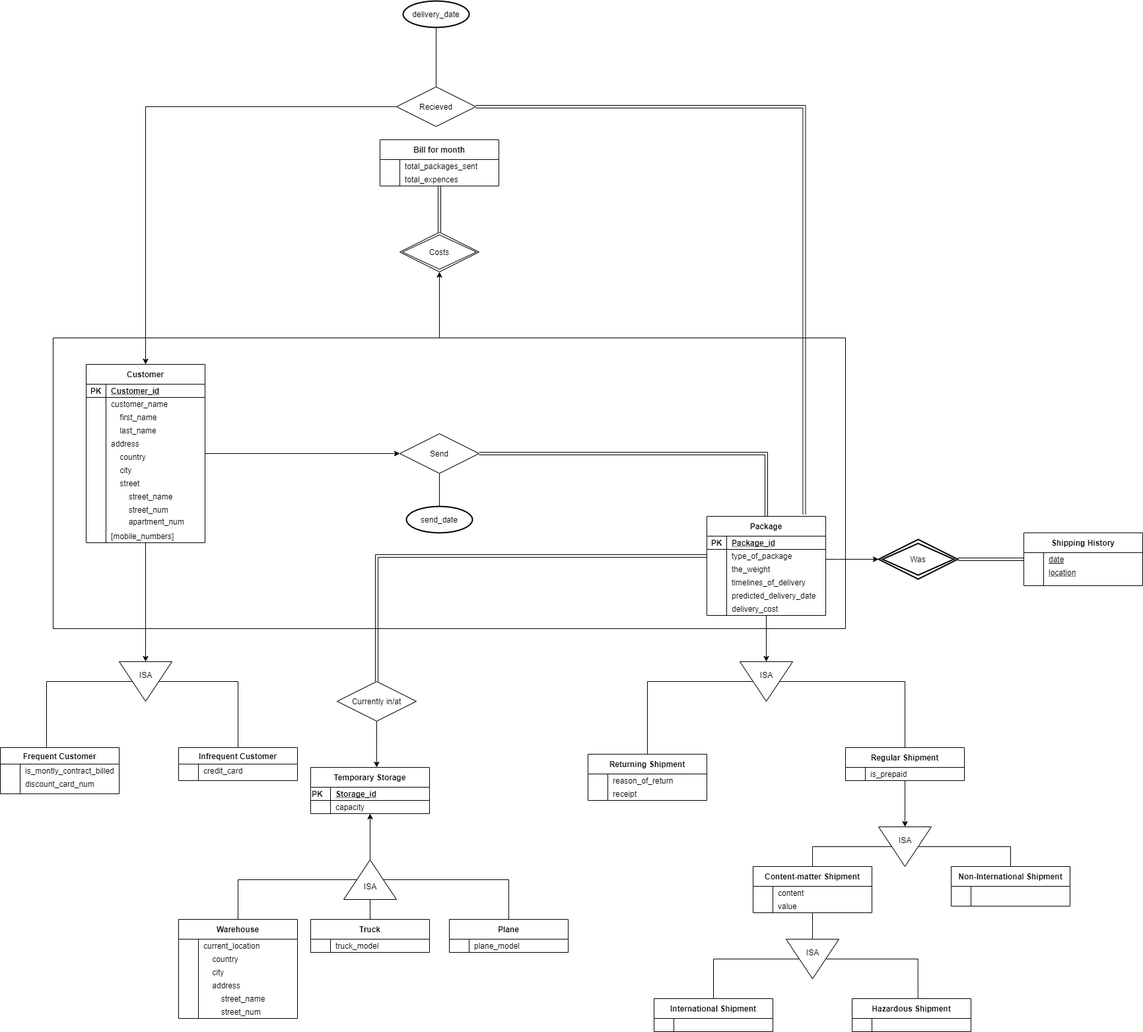
Earlier version of the draw.io export project/Project_ERD.png (Bauyrzhan07/Databases). Source tidied: cells renumbered, new cells last; positions are measured from the earlier drawing's top-left corner, leaving out a move shared by most shapes.
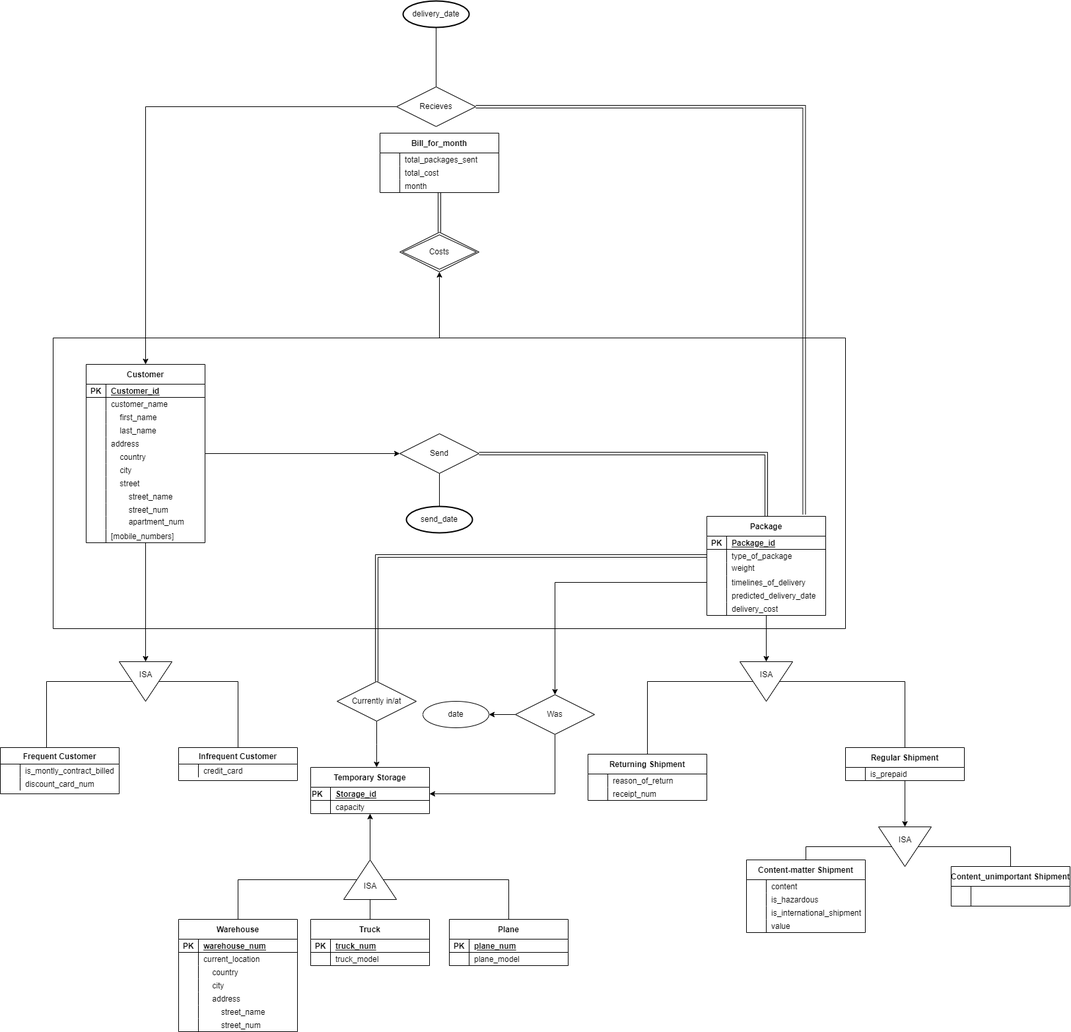
The same file after the commit.

What changed in the source:
```diff
@@ -7,7 +7,7 @@
     </mxCell>
-    <mxCell id="3" style="edgeStyle=orthogonalEdgeStyle;rounded=0;jettySize=auto;html=1;entryX=0;entryY=0.5;entryDx=0;entryDy=0;fontColor=default;" parent="1" edge="1" source="4" target="168">
+    <mxCell id="3" style="edgeStyle=orthogonalEdgeStyle;rounded=0;jettySize=auto;html=1;entryX=0.5;entryY=0;entryDx=0;entryDy=0;fontColor=default;" parent="1" edge="1" source="4">
       <mxGeometry relative="1" as="geometry">
+        <mxPoint x="840" y="1050" as="targetPoint" />
         <Array as="points">
-          <mxPoint x="1270" y="845" />
-          <mxPoint x="1270" y="845" />
+          <mxPoint x="840" y="880" />
         </Array>
@@ -42,3 +42,3 @@
     </mxCell>
-    <mxCell id="13" value="the_weight" style="shape=partialRectangle;fillColor=none;top=0;left=0;bottom=0;right=0;align=left;spacingLeft=6;overflow=hidden;" parent="11" vertex="1">
+    <mxCell id="13" value="weight&#10;" style="shape=partialRectangle;fillColor=none;top=0;left=0;bottom=0;right=0;align=left;spacingLeft=6;overflow=hidden;" parent="11" vertex="1">
       <mxGeometry x="30" width="150" height="20" as="geometry" />
@@ -233,6 +233,15 @@
     <mxCell id="71" value="Warehouse" style="shape=table;startSize=30;rowLines=0;fontStyle=1;align=center;" parent="1" vertex="1">
-      <mxGeometry x="270" y="1390" width="180" height="150" as="geometry" />
+      <mxGeometry x="270" y="1390" width="180" height="170" as="geometry" />
     </mxCell>
+    <mxCell id="197" style="shape=partialRectangle;fillColor=none;top=0;left=0;bottom=1;right=0;" parent="71" vertex="1">
+      <mxGeometry y="30" width="180" height="20" as="geometry" />
+    </mxCell>
+    <mxCell id="198" value="PK" style="shape=partialRectangle;fillColor=none;top=0;left=0;bottom=0;right=0;fontStyle=1;overflow=hidden;" parent="197" vertex="1">
+      <mxGeometry width="30" height="20" as="geometry" />
+    </mxCell>
+    <mxCell id="199" value="warehouse_num" style="shape=partialRectangle;fillColor=none;top=0;left=0;bottom=0;right=0;align=left;spacingLeft=6;fontStyle=5;overflow=hidden;" parent="197" vertex="1">
+      <mxGeometry x="30" width="150" height="20" as="geometry" />
+    </mxCell>
     <mxCell id="72" style="shape=partialRectangle;fillColor=none;top=0;left=0;bottom=0;right=0;align=left;" parent="71" vertex="1">
-      <mxGeometry y="30" width="180" height="20" as="geometry" />
+      <mxGeometry y="50" width="180" height="20" as="geometry" />
     </mxCell>
@@ -245,3 +254,3 @@
     <mxCell id="75" style="shape=partialRectangle;fillColor=none;top=0;left=0;bottom=0;right=0;align=left;" parent="71" vertex="1">
-      <mxGeometry y="50" width="180" height="20" as="geometry" />
+      <mxGeometry y="70" width="180" height="20" as="geometry" />
     </mxCell>
@@ -254,3 +263,3 @@
     <mxCell id="78" style="shape=partialRectangle;fillColor=none;top=0;left=0;bottom=0;right=0;align=left;" parent="71" vertex="1">
-      <mxGeometry y="70" width="180" height="20" as="geometry" />
+      <mxGeometry y="90" width="180" height="20" as="geometry" />
     </mxCell>
@@ -263,3 +272,3 @@
     <mxCell id="81" style="shape=partialRectangle;fillColor=none;top=0;left=0;bottom=0;right=0;align=left;" parent="71" vertex="1">
-      <mxGeometry y="90" width="180" height="20" as="geometry" />
+      <mxGeometry y="110" width="180" height="20" as="geometry" />
     </mxCell>
@@ -272,3 +281,3 @@
     <mxCell id="84" style="shape=partialRectangle;fillColor=none;top=0;left=0;bottom=0;right=0;align=left;" parent="71" vertex="1">
-      <mxGeometry y="110" width="180" height="20" as="geometry" />
+      <mxGeometry y="130" width="180" height="20" as="geometry" />
     </mxCell>
@@ -281,3 +290,3 @@
     <mxCell id="87" style="shape=partialRectangle;fillColor=none;top=0;left=0;bottom=0;right=0;align=left;" parent="71" vertex="1">
-      <mxGeometry y="130" width="180" height="20" as="geometry" />
+      <mxGeometry y="150" width="180" height="20" as="geometry" />
     </mxCell>
@@ -289,7 +298,4 @@
     </mxCell>
-    <mxCell id="90" style="edgeStyle=orthogonalEdgeStyle;rounded=0;jettySize=auto;html=1;entryX=0;entryY=0.5;entryDx=0;entryDy=0;endArrow=none;endFill=0;" parent="1" edge="1" source="91" target="181">
-      <mxGeometry relative="1" as="geometry" />
-    </mxCell>
     <mxCell id="91" value="Content-matter Shipment" style="shape=table;startSize=30;rowLines=0;fontStyle=1;align=center;" parent="1" vertex="1">
-      <mxGeometry x="1140" y="1310" width="180" height="70" as="geometry" />
+      <mxGeometry x="1130" y="1300" width="180" height="110" as="geometry" />
     </mxCell>
@@ -304,4 +310,22 @@
     </mxCell>
+    <mxCell id="200" style="shape=partialRectangle;fillColor=none;top=0;left=0;bottom=0;right=0;" parent="91" vertex="1">
+      <mxGeometry y="50" width="180" height="20" as="geometry" />
+    </mxCell>
+    <mxCell id="201" style="shape=partialRectangle;fillColor=none;top=0;left=0;bottom=0;right=0;overflow=hidden;" parent="200" vertex="1">
+      <mxGeometry width="30" height="20" as="geometry" />
+    </mxCell>
+    <mxCell id="202" value="is_hazardous" style="shape=partialRectangle;fillColor=none;top=0;left=0;bottom=0;right=0;align=left;spacingLeft=6;overflow=hidden;" parent="200" vertex="1">
+      <mxGeometry x="30" width="150" height="20" as="geometry" />
+    </mxCell>
+    <mxCell id="203" style="shape=partialRectangle;fillColor=none;top=0;left=0;bottom=0;right=0;" parent="91" vertex="1">
+      <mxGeometry y="70" width="180" height="20" as="geometry" />
+    </mxCell>
+    <mxCell id="204" style="shape=partialRectangle;fillColor=none;top=0;left=0;bottom=0;right=0;overflow=hidden;" parent="203" vertex="1">
+      <mxGeometry width="30" height="20" as="geometry" />
+    </mxCell>
+    <mxCell id="205" value="is_international_shipment" style="shape=partialRectangle;fillColor=none;top=0;left=0;bottom=0;right=0;align=left;spacingLeft=6;overflow=hidden;" parent="203" vertex="1">
+      <mxGeometry x="30" width="150" height="20" as="geometry" />
+    </mxCell>
     <mxCell id="95" style="shape=partialRectangle;fillColor=none;top=0;left=0;bottom=0;right=0;align=left;" parent="91" vertex="1">
-      <mxGeometry y="50" width="180" height="20" as="geometry" />
+      <mxGeometry y="90" width="180" height="20" as="geometry" />
     </mxCell>
@@ -347,6 +371,15 @@
     <mxCell id="109" value="Truck" style="shape=table;startSize=30;rowLines=0;fontStyle=1;align=center;" parent="1" vertex="1">
-      <mxGeometry x="470" y="1390" width="180" height="50" as="geometry" />
+      <mxGeometry x="470" y="1390" width="180" height="70" as="geometry" />
     </mxCell>
+    <mxCell id="206" style="shape=partialRectangle;fillColor=none;top=0;left=0;bottom=1;right=0;" parent="109" vertex="1">
+      <mxGeometry y="30" width="180" height="20" as="geometry" />
+    </mxCell>
+    <mxCell id="207" value="PK" style="shape=partialRectangle;fillColor=none;top=0;left=0;bottom=0;right=0;fontStyle=1;overflow=hidden;" parent="206" vertex="1">
+      <mxGeometry width="30" height="20" as="geometry" />
+    </mxCell>
+    <mxCell id="208" value="truck_num" style="shape=partialRectangle;fillColor=none;top=0;left=0;bottom=0;right=0;align=left;spacingLeft=6;fontStyle=5;overflow=hidden;" parent="206" vertex="1">
+      <mxGeometry x="30" width="150" height="20" as="geometry" />
+    </mxCell>
     <mxCell id="110" style="shape=partialRectangle;fillColor=none;top=0;left=0;bottom=1;right=0;align=left;" parent="109" vertex="1">
-      <mxGeometry y="30" width="180" height="20" as="geometry" />
+      <mxGeometry y="50" width="180" height="20" as="geometry" />
     </mxCell>
@@ -359,6 +392,15 @@
     <mxCell id="113" value="Plane" style="shape=table;startSize=30;rowLines=0;fontStyle=1;align=center;" parent="1" vertex="1">
-      <mxGeometry x="680" y="1390" width="180" height="50" as="geometry" />
+      <mxGeometry x="680" y="1390" width="180" height="70" as="geometry" />
     </mxCell>
+    <mxCell id="209" style="shape=partialRectangle;fillColor=none;top=0;left=0;bottom=1;right=0;" parent="113" vertex="1">
+      <mxGeometry y="30" width="180" height="20" as="geometry" />
+    </mxCell>
+    <mxCell id="210" value="PK" style="shape=partialRectangle;fillColor=none;top=0;left=0;bottom=0;right=0;fontStyle=1;overflow=hidden;" parent="209" vertex="1">
+      <mxGeometry width="30" height="20" as="geometry" />
+    </mxCell>
+    <mxCell id="211" value="plane_num" style="shape=partialRectangle;fillColor=none;top=0;left=0;bottom=0;right=0;align=left;spacingLeft=6;fontStyle=5;overflow=hidden;" parent="209" vertex="1">
+      <mxGeometry x="30" width="150" height="20" as="geometry" />
+    </mxCell>
     <mxCell id="114" style="shape=partialRectangle;fillColor=none;top=0;left=0;bottom=1;right=0;align=left;" parent="113" vertex="1">
-      <mxGeometry y="30" width="180" height="20" as="geometry" />
+      <mxGeometry y="50" width="180" height="20" as="geometry" />
     </mxCell>
@@ -388,3 +430,3 @@
     </mxCell>
-    <mxCell id="123" value="Recieved" style="shape=rhombus;perimeter=rhombusPerimeter;whiteSpace=wrap;html=1;align=center;" parent="1" vertex="1">
+    <mxCell id="123" value="Recieves" style="shape=rhombus;perimeter=rhombusPerimeter;whiteSpace=wrap;html=1;align=center;" parent="1" vertex="1">
       <mxGeometry x="600" y="130" width="120" height="60" as="geometry" />
@@ -457,3 +499,3 @@
     </mxCell>
-    <mxCell id="146" value="receipt" style="shape=partialRectangle;fillColor=none;top=0;left=0;bottom=0;right=0;align=left;spacingLeft=6;overflow=hidden;" parent="144" vertex="1">
+    <mxCell id="146" value="receipt_num" style="shape=partialRectangle;fillColor=none;top=0;left=0;bottom=0;right=0;align=left;spacingLeft=6;overflow=hidden;" parent="144" vertex="1">
       <mxGeometry x="30" width="150" height="20" as="geometry" />
@@ -487,3 +529,3 @@
     </mxCell>
-    <mxCell id="156" value="Non-International Shipment" style="shape=table;startSize=30;rowLines=0;fontStyle=1;align=center;fontColor=default;" parent="1" vertex="1">
+    <mxCell id="156" value="Content_unimportant Shipment" style="shape=table;startSize=30;rowLines=0;fontStyle=1;align=center;fontColor=default;" parent="1" vertex="1">
       <mxGeometry x="1440" y="1310" width="180" height="60" as="geometry" />
@@ -499,29 +541,12 @@
     </mxCell>
-    <mxCell id="160" value="Shipping History" style="shape=table;startSize=30;rowLines=0;fontStyle=1;align=center;fontColor=default;strokeWidth=1;strokeColor=default;swimlaneFillColor=none;" parent="1" vertex="1">
-      <mxGeometry x="1550" y="805" width="180" height="80" as="geometry" />
-    </mxCell>
-    <mxCell id="161" style="shape=partialRectangle;fillColor=none;top=0;left=0;bottom=0;right=0;points=[[0,0.5],[1,0.5]];portConstraint=eastwest;fontColor=default;align=left;" parent="160" vertex="1">
-      <mxGeometry y="30" width="180" height="20" as="geometry" />
-    </mxCell>
-    <mxCell id="162" style="shape=partialRectangle;fillColor=none;top=0;left=0;bottom=0;right=0;overflow=hidden;fontColor=default;align=left;" parent="161" vertex="1">
-      <mxGeometry width="30" height="20" as="geometry" />
-    </mxCell>
-    <mxCell id="163" value="&lt;u&gt;date&lt;/u&gt;" style="shape=partialRectangle;fillColor=none;top=0;left=0;bottom=0;right=0;align=left;spacingLeft=6;overflow=hidden;fontColor=default;html=1;" parent="161" vertex="1">
-      <mxGeometry x="30" width="150" height="20" as="geometry" />
-    </mxCell>
-    <mxCell id="164" style="shape=partialRectangle;fillColor=none;top=0;left=0;bottom=0;right=0;fontColor=default;align=left;" parent="160" vertex="1">
-      <mxGeometry y="50" width="180" height="20" as="geometry" />
-    </mxCell>
-    <mxCell id="165" style="shape=partialRectangle;fillColor=none;top=0;left=0;bottom=0;right=0;overflow=hidden;fontColor=default;align=left;" parent="164" vertex="1">
-      <mxGeometry width="30" height="20" as="geometry" />
-    </mxCell>
-    <mxCell id="166" value="location" style="shape=partialRectangle;fillColor=none;top=0;left=0;bottom=0;right=0;align=left;spacingLeft=6;overflow=hidden;fontColor=default;fontStyle=4;" parent="164" vertex="1">
-      <mxGeometry x="30" width="150" height="20" as="geometry" />
-    </mxCell>
-    <mxCell id="167" style="edgeStyle=orthogonalEdgeStyle;rounded=0;jettySize=auto;html=1;fontColor=default;endArrow=none;endFill=0;entryX=0;entryY=0.5;entryDx=0;entryDy=0;shape=link;" parent="1" edge="1" source="168" target="161">
-      <mxGeometry relative="1" as="geometry" />
-    </mxCell>
-    <mxCell id="168" value="Was" style="shape=rhombus;double=1;perimeter=rhombusPerimeter;whiteSpace=wrap;html=1;align=center;fontColor=default;strokeWidth=2;gradientColor=none;" parent="1" vertex="1">
-      <mxGeometry x="1330" y="815" width="120" height="60" as="geometry" />
-    </mxCell>
+    <mxCell id="212" style="edgeStyle=orthogonalEdgeStyle;rounded=0;jettySize=auto;html=1;" parent="1" edge="1" target="128">
+      <mxGeometry relative="1" as="geometry">
+        <mxPoint x="840" y="1110" as="sourcePoint" />
+      </mxGeometry>
+    </mxCell>
+    <mxCell id="213" style="edgeStyle=orthogonalEdgeStyle;rounded=0;jettySize=auto;html=1;entryX=1;entryY=0.5;entryDx=0;entryDy=0;" parent="1" edge="1" target="163">
+      <mxGeometry relative="1" as="geometry">
+        <mxPoint x="780" y="1080" as="sourcePoint" />
+      </mxGeometry>
+    </mxCell>
     <mxCell id="169" value="delivery_date" style="ellipse;whiteSpace=wrap;html=1;align=center;fontColor=default;strokeWidth=2;gradientColor=none;" parent="1" vertex="1">
@@ -532,38 +557,2 @@
     </mxCell>
-    <mxCell id="171" value="International Shipment" style="shape=table;startSize=30;rowLines=0;fontStyle=1;align=center;strokeColor=default;strokeWidth=1;" parent="1" vertex="1">
-      <mxGeometry x="990" y="1510" width="180" height="50" as="geometry" />
-    </mxCell>
-    <mxCell id="172" style="shape=partialRectangle;fillColor=none;top=0;left=0;bottom=0;right=0;strokeColor=default;strokeWidth=1;" parent="171" vertex="1">
-      <mxGeometry y="30" width="180" height="20" as="geometry" />
-    </mxCell>
-    <mxCell id="173" style="shape=partialRectangle;fillColor=none;top=0;left=0;bottom=0;right=0;overflow=hidden;strokeColor=default;strokeWidth=1;" parent="172" vertex="1">
-      <mxGeometry width="30" height="20" as="geometry" />
-    </mxCell>
-    <mxCell id="174" style="shape=partialRectangle;fillColor=none;top=0;left=0;bottom=0;right=0;align=left;spacingLeft=6;overflow=hidden;strokeColor=default;strokeWidth=1;" parent="172" vertex="1">
-      <mxGeometry x="30" width="150" height="20" as="geometry" />
-    </mxCell>
-    <mxCell id="175" value="Hazardous Shipment" style="shape=table;startSize=30;rowLines=0;fontStyle=1;align=center;strokeColor=default;strokeWidth=1;" parent="1" vertex="1">
-      <mxGeometry x="1290" y="1510" width="180" height="50" as="geometry" />
-    </mxCell>
-    <mxCell id="176" style="shape=partialRectangle;fillColor=none;top=0;left=0;bottom=0;right=0;strokeColor=default;strokeWidth=1;" parent="175" vertex="1">
-      <mxGeometry y="30" width="180" height="20" as="geometry" />
-    </mxCell>
-    <mxCell id="177" style="shape=partialRectangle;fillColor=none;top=0;left=0;bottom=0;right=0;overflow=hidden;strokeColor=default;strokeWidth=1;" parent="176" vertex="1">
-      <mxGeometry width="30" height="20" as="geometry" />
-    </mxCell>
-    <mxCell id="178" style="shape=partialRectangle;fillColor=none;top=0;left=0;bottom=0;right=0;align=left;spacingLeft=6;overflow=hidden;strokeColor=default;strokeWidth=1;" parent="176" vertex="1">
-      <mxGeometry x="30" width="150" height="20" as="geometry" />
-    </mxCell>
-    <mxCell id="179" style="edgeStyle=orthogonalEdgeStyle;rounded=0;jettySize=auto;html=1;entryX=0.5;entryY=0;entryDx=0;entryDy=0;endArrow=none;endFill=0;" parent="1" edge="1" source="181" target="171">
-      <mxGeometry relative="1" as="geometry" />
-    </mxCell>
-    <mxCell id="180" style="edgeStyle=orthogonalEdgeStyle;rounded=0;jettySize=auto;html=1;entryX=0.554;entryY=0;entryDx=0;entryDy=0;entryPerimeter=0;endArrow=none;endFill=0;" parent="1" edge="1" source="181" target="175">
-      <mxGeometry relative="1" as="geometry" />
-    </mxCell>
-    <mxCell id="181" style="triangle;whiteSpace=wrap;html=1;strokeColor=default;strokeWidth=1;rotation=90;" parent="1" vertex="1">
-      <mxGeometry x="1200" y="1410" width="60" height="80" as="geometry" />
-    </mxCell>
-    <mxCell id="182" value="ISA" style="text;html=1;align=center;verticalAlign=middle;strokeColor=none;fillColor=none;" parent="1" vertex="1">
-      <mxGeometry x="1215" y="1430" width="30" height="20" as="geometry" />
-    </mxCell>
     <mxCell id="183" style="edgeStyle=orthogonalEdgeStyle;rounded=0;jettySize=auto;html=1;entryX=0.5;entryY=0;entryDx=0;entryDy=0;endArrow=none;endFill=0;shape=link;" parent="1" edge="1" source="184" target="192">
@@ -571,4 +560,4 @@
     </mxCell>
-    <mxCell id="184" value="Bill for month" style="shape=table;startSize=30;rowLines=0;fontStyle=1;align=center;strokeColor=default;strokeWidth=1;" parent="1" vertex="1">
-      <mxGeometry x="575" y="210" width="180" height="70" as="geometry" />
+    <mxCell id="184" value="Bill_for_month" style="shape=table;startSize=30;rowLines=0;fontStyle=1;align=center;strokeColor=default;strokeWidth=1;" parent="1" vertex="1">
+      <mxGeometry x="575" y="200" width="180" height="90" as="geometry" />
     </mxCell>
@@ -589,5 +578,14 @@
     </mxCell>
-    <mxCell id="190" value="total_expences" style="shape=partialRectangle;fillColor=none;top=0;left=0;bottom=0;right=0;align=left;spacingLeft=6;overflow=hidden;strokeColor=default;strokeWidth=1;" parent="188" vertex="1">
+    <mxCell id="190" value="total_cost" style="shape=partialRectangle;fillColor=none;top=0;left=0;bottom=0;right=0;align=left;spacingLeft=6;overflow=hidden;strokeColor=default;strokeWidth=1;" parent="188" vertex="1">
       <mxGeometry x="30" width="150" height="20" as="geometry" />
     </mxCell>
+    <mxCell id="214" style="shape=partialRectangle;fillColor=none;top=0;left=0;bottom=0;right=0;" parent="184" vertex="1">
+      <mxGeometry y="70" width="180" height="20" as="geometry" />
+    </mxCell>
+    <mxCell id="215" style="shape=partialRectangle;fillColor=none;top=0;left=0;bottom=0;right=0;overflow=hidden;" parent="214" vertex="1">
+      <mxGeometry width="30" height="20" as="geometry" />
+    </mxCell>
+    <mxCell id="216" value="month" style="shape=partialRectangle;fillColor=none;top=0;left=0;bottom=0;right=0;align=left;spacingLeft=6;overflow=hidden;" parent="214" vertex="1">
+      <mxGeometry x="30" width="150" height="20" as="geometry" />
+    </mxCell>
     <mxCell id="191" style="edgeStyle=orthogonalEdgeStyle;rounded=0;jettySize=auto;html=1;startArrow=classic;startFill=1;endArrow=none;endFill=0;" parent="1" edge="1" source="192">
@@ -624,2 +622,8 @@
     </mxCell>
+    <mxCell id="163" value="date" style="ellipse;whiteSpace=wrap;html=1;align=center;" parent="1" vertex="1">
+      <mxGeometry x="640" y="1060" width="100" height="40" as="geometry" />
+    </mxCell>
+    <mxCell id="168" value="Was" style="shape=rhombus;perimeter=rhombusPerimeter;whiteSpace=wrap;html=1;align=center;" parent="1" vertex="1">
+      <mxGeometry x="780" y="1050" width="120" height="60" as="geometry" />
+    </mxCell>
   </root>
```
